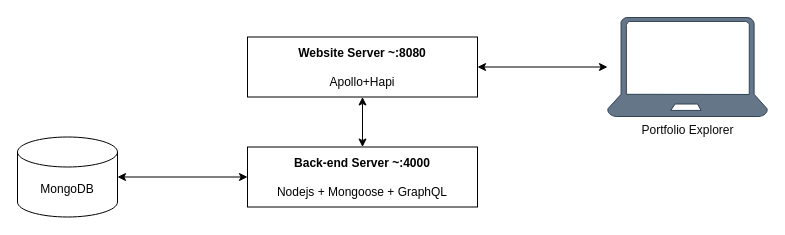
Before: page "App Architecture" (1 of 3) of docs/portfolio_explorer.drawio in adamblvck/portfolio-explorer, a draw.io diagram. Source tidied: cells renumbered, new cells numbered last; positions are measured from the earlier drawing's top-left corner, leaving out a move shared by most shapes. Both pictures are drawn from the tidied source at 100%, with x=0, y=0 at pixel (17, 17).
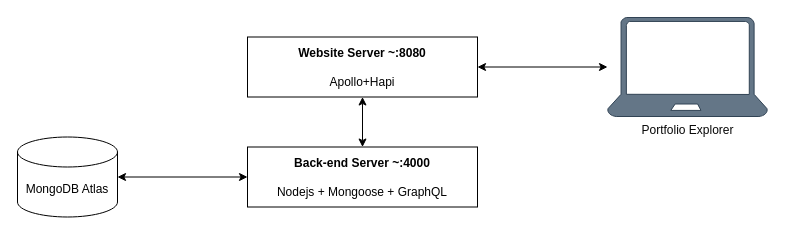
The same diagram, later.

What changed in the source:
```diff
@@
 <mxGraphModel>
   <root>
     <mxCell id="0" />
     <mxCell id="1" parent="0" />
     <mxCell id="2" style="edgeStyle=orthogonalEdgeStyle;rounded=0;jettySize=auto;html=1;entryX=0;entryY=0.5;entryDx=0;entryDy=0;startArrow=classic;startFill=1;" parent="1" edge="1" source="3" target="4">
       <mxGeometry relative="1" as="geometry" />
     </mxCell>
-    <mxCell id="3" value="MongoDB" style="shape=cylinder3;whiteSpace=wrap;html=1;boundedLbl=1;backgroundOutline=1;size=15;" parent="1" vertex="1">
+    <mxCell id="3" value="MongoDB Atlas" style="shape=cylinder3;whiteSpace=wrap;html=1;boundedLbl=1;backgroundOutline=1;size=15;" parent="1" vertex="1">
       <mxGeometry y="119.5" width="100" height="80" as="geometry" />
     </mxCell>
     <mxCell id="4" value="&lt;b&gt;Back-end Server ~:4000&lt;br&gt;&lt;/b&gt;&lt;br&gt;Nodejs + Mongoose + GraphQL" style="rounded=0;whiteSpace=wrap;html=1;" parent="1" vertex="1">
       <mxGeometry x="230" y="129.5" width="230" height="60" as="geometry" />
     </mxCell>
     <mxCell id="5" style="edgeStyle=orthogonalEdgeStyle;rounded=0;jettySize=auto;html=1;entryX=0.5;entryY=0;entryDx=0;entryDy=0;startArrow=classic;startFill=1;" parent="1" edge="1" source="7" target="4">
       <mxGeometry relative="1" as="geometry" />
     </mxCell>
     <mxCell id="6" style="edgeStyle=orthogonalEdgeStyle;rounded=0;jettySize=auto;html=1;startArrow=classic;startFill=1;" parent="1" edge="1" source="7" target="8">
       <mxGeometry relative="1" as="geometry" />
     </mxCell>
     <mxCell id="7" value="&lt;b&gt;Website Server&amp;nbsp;~:8080&lt;br&gt;&lt;/b&gt;&lt;br&gt;Apollo+Hapi" style="rounded=0;whiteSpace=wrap;html=1;" parent="1" vertex="1">
       <mxGeometry x="230" y="19.5" width="230" height="60" as="geometry" />
     </mxCell>
     <mxCell id="8" value="&lt;font color=&quot;#080808&quot;&gt;Portfolio Explorer&lt;/font&gt;" style="verticalLabelPosition=bottom;html=1;verticalAlign=top;align=center;strokeColor=#314354;fillColor=#647687;shape=mxgraph.azure.laptop;fontColor=#ffffff;" parent="1" vertex="1">
       <mxGeometry x="590" width="160" height="99" as="geometry" />
     </mxCell>
   </root>
 </mxGraphModel>
```
